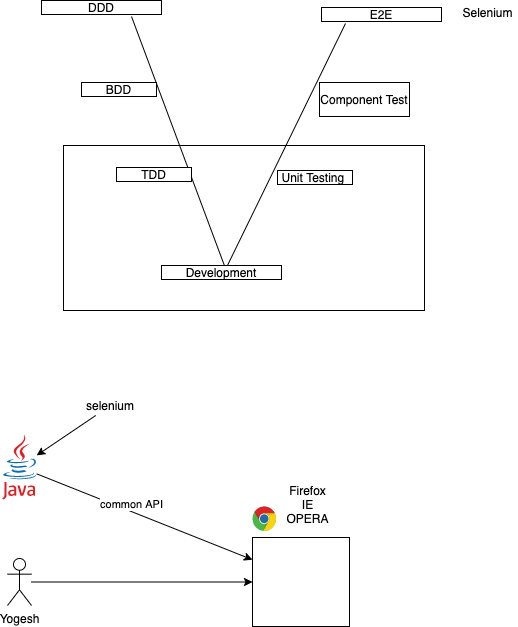
Above: images/day19.drawio.png in adithnaveen/sapient-freshers-aem-oct-2021 (draw.io), before the change. Source tidied: cells renumbered, new cells last; positions are measured from the earlier drawing's top-left corner, leaving out a move shared by most shapes.
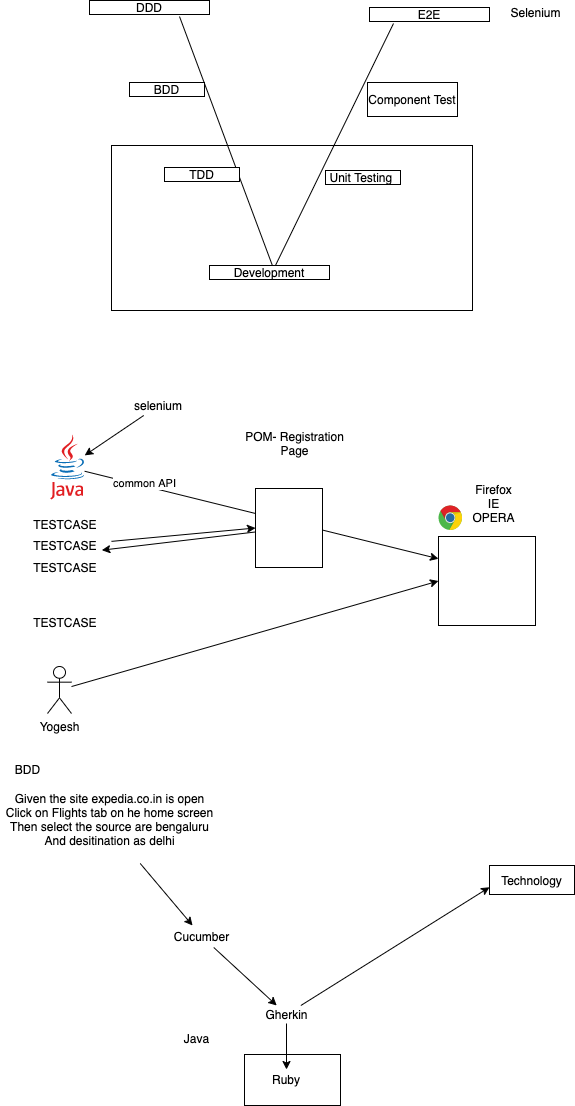
After the commit.

Diff of the diagram source:
```diff
@@ -2,6 +2,9 @@
   <root>
     <mxCell id="0" />
     <mxCell id="1" parent="0" />
+    <mxCell id="23" style="rounded=0;whiteSpace=wrap;html=1;" parent="1" vertex="1">
+      <mxGeometry x="194" y="1054" width="96" height="51" as="geometry" />
+    </mxCell>
     <mxCell id="2" style="rounded=0;whiteSpace=wrap;html=1;" parent="1" vertex="1">
       <mxGeometry x="61" y="145" width="361" height="165" as="geometry" />
     </mxCell>
@@ -45,20 +48,20 @@
       <mxGeometry relative="1" as="geometry" />
     </mxCell>
     <mxCell id="14" value="Yogesh" style="shape=umlActor;verticalLabelPosition=bottom;verticalAlign=top;html=1;outlineConnect=0;" parent="1" vertex="1">
-      <mxGeometry x="5" y="558" width="24" height="47" as="geometry" />
+      <mxGeometry x="-3" y="666" width="24" height="47" as="geometry" />
     </mxCell>
     <mxCell id="15" style="dashed=0;html=1;align=center;labelPosition=center;verticalLabelPosition=bottom;verticalAlign=top;shape=mxgraph.weblogos.chrome;" parent="1" vertex="1">
-      <mxGeometry x="250" y="506" width="23.8" height="25" as="geometry" />
+      <mxGeometry x="388" y="505" width="23.8" height="25" as="geometry" />
     </mxCell>
     <mxCell id="16" style="rounded=0;whiteSpace=wrap;html=1;" parent="1" vertex="1">
-      <mxGeometry x="250" y="537" width="97" height="89" as="geometry" />
+      <mxGeometry x="388" y="536" width="97" height="89" as="geometry" />
     </mxCell>
     <mxCell id="17" style="edgeStyle=none;html=1;entryX=0;entryY=0.25;entryDx=0;entryDy=0;" parent="1" edge="1" source="19" target="16">
       <mxGeometry relative="1" as="geometry" />
     </mxCell>
     <mxCell id="18" value="common API" style="edgeLabel;html=1;align=center;verticalAlign=middle;" parent="17" vertex="1">
       <mxGeometry x="-0.2" y="3" relative="1" as="geometry">
-        <mxPoint x="7" y="-1" as="offset" />
+        <mxPoint x="-82" y="-20" as="offset" />
       </mxGeometry>
     </mxCell>
     <mxCell id="19" style="dashed=0;outlineConnect=0;html=1;align=center;labelPosition=center;verticalLabelPosition=bottom;verticalAlign=top;shape=mxgraph.weblogos.java;" parent="1" vertex="1">
@@ -71,7 +74,64 @@
       <mxGeometry x="88" y="395" width="40" height="20" as="geometry" />
     </mxCell>
     <mxCell id="22" value="Firefox&lt;br&gt;IE&lt;br&gt;OPERA" style="text;html=1;align=center;verticalAlign=middle;strokeColor=none;" parent="1" vertex="1">
-      <mxGeometry x="279" y="481" width="52" height="46" as="geometry" />
+      <mxGeometry x="417" y="480" width="52" height="46" as="geometry" />
     </mxCell>
+    <mxCell id="24" style="edgeStyle=none;html=1;entryX=0.891;entryY=0.044;entryDx=0;entryDy=0;entryPerimeter=0;" parent="1" edge="1" source="25" target="30">
+      <mxGeometry relative="1" as="geometry" />
+    </mxCell>
+    <mxCell id="25" style="rounded=0;whiteSpace=wrap;html=1;" parent="1" vertex="1">
+      <mxGeometry x="205" y="488" width="67" height="79" as="geometry" />
+    </mxCell>
+    <mxCell id="26" value="POM- Registration&lt;br&gt;Page" style="text;html=1;align=center;verticalAlign=middle;strokeColor=none;" parent="1" vertex="1">
+      <mxGeometry x="189" y="427" width="109" height="32" as="geometry" />
+    </mxCell>
+    <mxCell id="27" value="TESTCASE&amp;nbsp;" style="text;html=1;strokeColor=none;fillColor=none;align=center;verticalAlign=middle;whiteSpace=wrap;rounded=0;" parent="1" vertex="1">
+      <mxGeometry x="-28" y="505" width="89" height="38" as="geometry" />
+    </mxCell>
+    <mxCell id="28" style="edgeStyle=none;html=1;entryX=0;entryY=0.5;entryDx=0;entryDy=0;" parent="1" edge="1" source="29" target="25">
+      <mxGeometry relative="1" as="geometry" />
+    </mxCell>
+    <mxCell id="29" value="TESTCASE&amp;nbsp;" style="text;html=1;strokeColor=none;fillColor=none;align=center;verticalAlign=middle;whiteSpace=wrap;rounded=0;" parent="1" vertex="1">
+      <mxGeometry x="-28" y="526" width="89" height="38" as="geometry" />
+    </mxCell>
+    <mxCell id="30" value="TESTCASE&amp;nbsp;" style="text;html=1;strokeColor=none;fillColor=none;align=center;verticalAlign=middle;whiteSpace=wrap;rounded=0;" parent="1" vertex="1">
+      <mxGeometry x="-28" y="548" width="89" height="38" as="geometry" />
+    </mxCell>
+    <mxCell id="31" value="TESTCASE&amp;nbsp;" style="text;html=1;strokeColor=none;fillColor=none;align=center;verticalAlign=middle;whiteSpace=wrap;rounded=0;" parent="1" vertex="1">
+      <mxGeometry x="-28" y="603" width="89" height="38" as="geometry" />
+    </mxCell>
+    <mxCell id="32" style="edgeStyle=none;html=1;" parent="1" edge="1" source="33" target="36">
+      <mxGeometry relative="1" as="geometry" />
+    </mxCell>
+    <mxCell id="33" value="&lt;div&gt;Given the site expedia.co.in is open&lt;/div&gt;&lt;div&gt;Click on Flights tab on he home screen&lt;/div&gt;&lt;div&gt;Then select the source are bengaluru&lt;/div&gt;&lt;div&gt;And desitination as delhi&lt;/div&gt;&lt;div&gt;&lt;br&gt;&lt;/div&gt;" style="text;html=1;align=center;verticalAlign=middle;points=[];strokeColor=none;" parent="1" vertex="1">
+      <mxGeometry x="-50" y="789" width="217" height="74" as="geometry" />
+    </mxCell>
+    <mxCell id="34" value="BDD" style="text;html=1;align=center;verticalAlign=middle;strokeColor=none;" parent="1" vertex="1">
+      <mxGeometry x="-41" y="760" width="35" height="18" as="geometry" />
+    </mxCell>
+    <mxCell id="35" style="edgeStyle=none;html=1;" parent="1" edge="1" source="36" target="39">
+      <mxGeometry relative="1" as="geometry" />
+    </mxCell>
+    <mxCell id="36" value="Cucumber" style="text;html=1;strokeColor=none;fillColor=none;align=center;verticalAlign=middle;whiteSpace=wrap;rounded=0;" parent="1" vertex="1">
+      <mxGeometry x="114.7" y="925" width="73.3" height="22" as="geometry" />
+    </mxCell>
+    <mxCell id="37" style="edgeStyle=none;html=1;entryX=0;entryY=0.75;entryDx=0;entryDy=0;" parent="1" edge="1" source="39" target="40">
+      <mxGeometry relative="1" as="geometry" />
+    </mxCell>
+    <mxCell id="38" style="edgeStyle=none;html=1;" parent="1" edge="1" source="39" target="41">
+      <mxGeometry relative="1" as="geometry" />
+    </mxCell>
+    <mxCell id="39" value="Gherkin" style="text;html=1;align=center;verticalAlign=middle;points=[];strokeColor=none;" parent="1" vertex="1">
+      <mxGeometry x="210" y="1005" width="52" height="18" as="geometry" />
+    </mxCell>
+    <mxCell id="40" value="Technology" style="rounded=0;whiteSpace=wrap;html=1;" parent="1" vertex="1">
+      <mxGeometry x="439" y="865" width="85" height="29" as="geometry" />
+    </mxCell>
+    <mxCell id="41" value="Ruby" style="text;html=1;strokeColor=none;fillColor=none;align=center;verticalAlign=middle;whiteSpace=wrap;rounded=0;" parent="1" vertex="1">
+      <mxGeometry x="216" y="1069" width="40" height="20" as="geometry" />
+    </mxCell>
+    <mxCell id="42" value="Java" style="text;html=1;align=center;verticalAlign=middle;strokeColor=none;" parent="1" vertex="1">
+      <mxGeometry x="128" y="1029" width="35" height="18" as="geometry" />
+    </mxCell>
   </root>
 </mxGraphModel>
```
